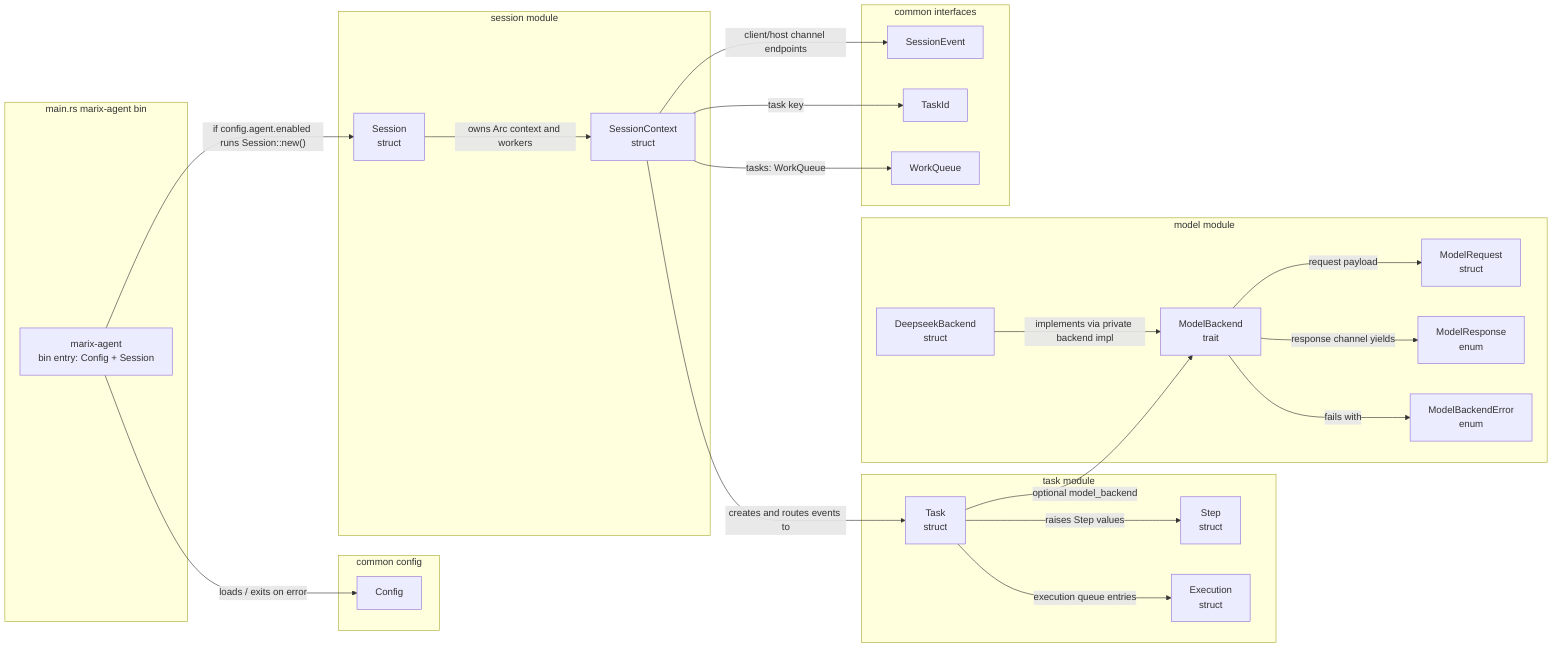
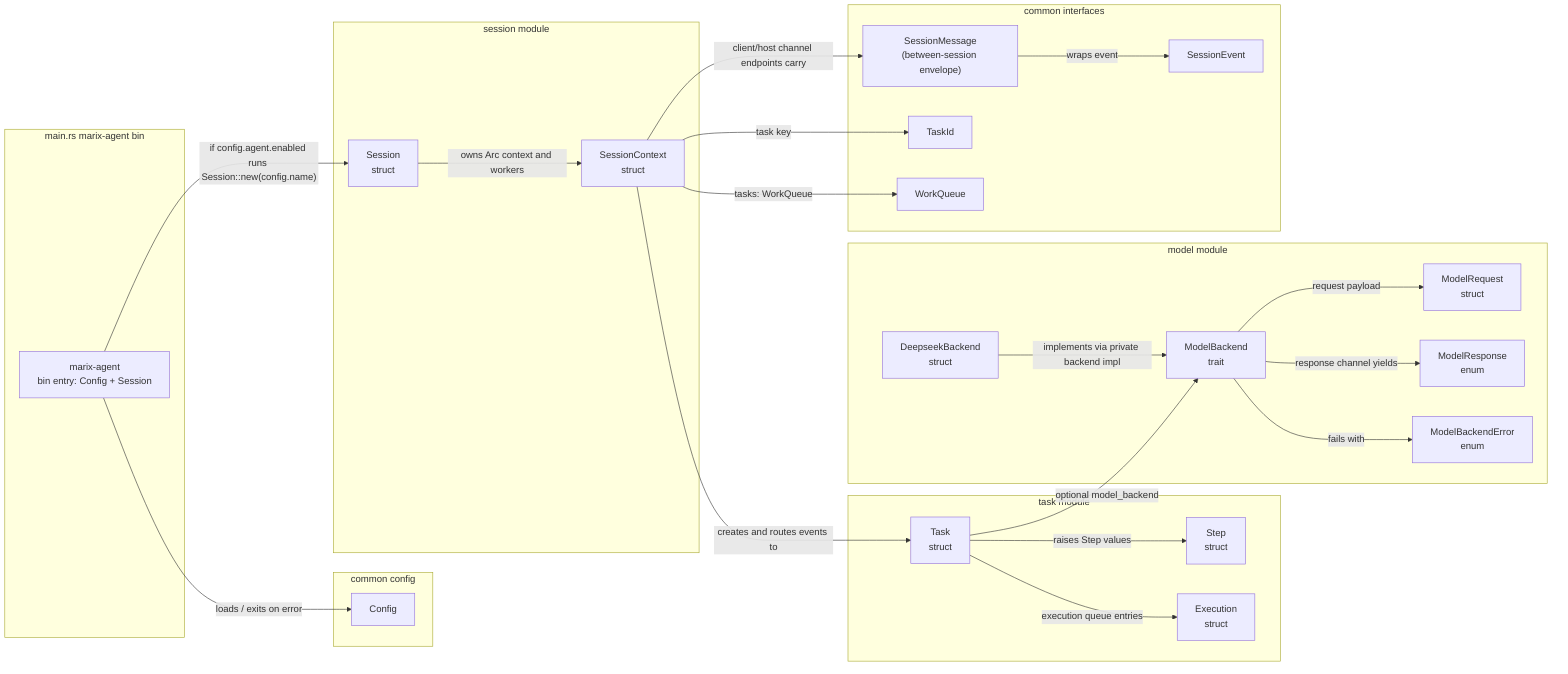
flowchart LR
-   %% lib.rs only wires child modules and re-exports public agent interfaces. main.rs is the marix-agent binary entry that loads the global Config and, unless config.agent.enabled is false, runs Session::new() and parks the process.
+   %% lib.rs only wires child modules and re-exports public agent interfaces. main.rs is the marix-agent binary entry that loads the global Config and, unless config.agent.enabled is false, runs Session::new(config.name) and parks the process.
  subgraph main_rs[main.rs marix-agent bin]
    MarixAgentBin["marix-agent\nbin entry: Config + Session"]
  end

  subgraph agent_config[common config]
    Config["Config"]
  end

  subgraph session_module[session module]
    Session["Session\nstruct"]
    SessionContext["SessionContext\nstruct"]
  end

  subgraph task_module[task module]
    Task["Task\nstruct"]
    Step["Step\nstruct"]
    Execution["Execution\nstruct"]
  end

  subgraph model_module[model module]
    ModelBackend["ModelBackend\ntrait"]
    DeepseekBackend["DeepseekBackend\nstruct"]
    ModelRequest["ModelRequest\nstruct"]
    ModelResponse["ModelResponse\nenum"]
    ModelBackendError["ModelBackendError\nenum"]
  end

  subgraph common_interfaces[common interfaces]
+     SessionMessage["SessionMessage\n(between-session envelope)"]
    SessionEvent["SessionEvent"]
    TaskId["TaskId"]
    WorkQueue["WorkQueue"]
  end

  MarixAgentBin -->|"loads / exits on error"| Config
-   MarixAgentBin -->|"if config.agent.enabled runs Session::new()"| Session
+   MarixAgentBin -->|"if config.agent.enabled runs Session::new(config.name)"| Session
  Session -->|"owns Arc context and workers"| SessionContext
-   SessionContext -->|"client/host channel endpoints"| SessionEvent
+   SessionContext -->|"client/host channel endpoints carry"| SessionMessage
+   SessionMessage -->|"wraps event"| SessionEvent
  SessionContext -->|"tasks: WorkQueue<TaskId, Task>"| WorkQueue
  SessionContext -->|"task key"| TaskId
  SessionContext -->|"creates and routes events to"| Task
  Task -->|"raises Step values"| Step
  Task -->|"optional model_backend"| ModelBackend
  Task -->|"execution queue entries"| Execution
  ModelBackend -->|"request payload"| ModelRequest
  ModelBackend -->|"response channel yields"| ModelResponse
  DeepseekBackend -->|"implements via private backend impl"| ModelBackend
  ModelBackend -->|"fails with"| ModelBackendError
